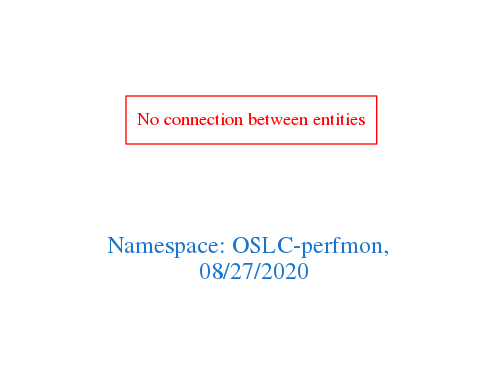
The Graphviz diagram downloads/OSLC-perfmon.png in arago/OGIT, before a commit. Its source is kept beside it as downloads/OSLC-perfmon.dot.
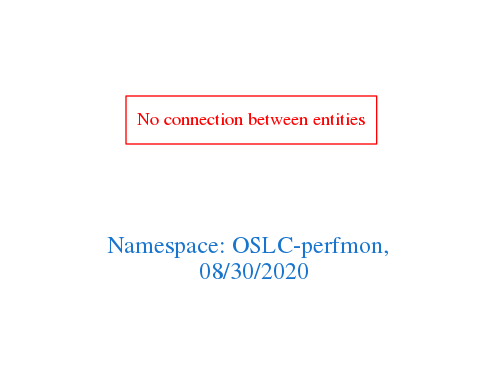
Above is the later version.

What changed in the source:
```diff
@@ -1,7 +1,7 @@
 digraph OGIT_ontology {
  graph [ rankdir= LR,pad=1
 fontsize = 18,
-fontcolor= dodgerblue3,label = "\n\n\nNamespace: OSLC-perfmon, \n 08/27/2020"];
+fontcolor= dodgerblue3,label = "\n\n\nNamespace: OSLC-perfmon, \n 08/30/2020"];
 node[shape=polygon];
 edge [  color="gray81"];
 
```
